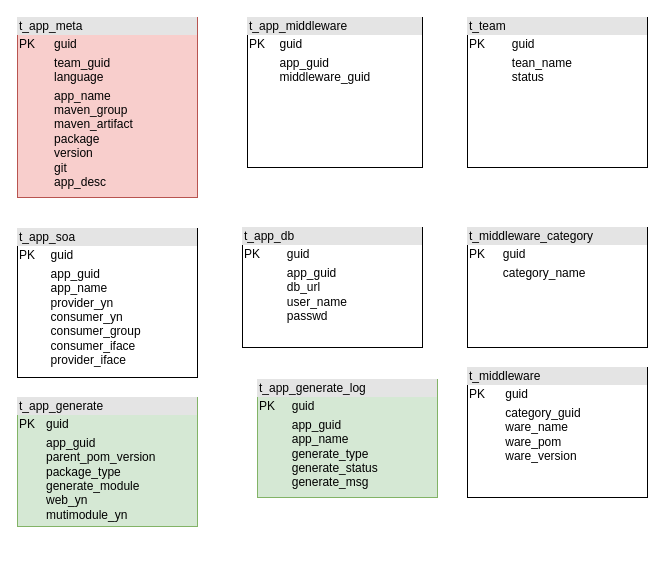
Before: helloboot-framework.drawio in zyhui98/drawio, a draw.io diagram. Source tidied: cells renumbered, new cells numbered last; positions are measured from the earlier drawing's top-left corner, leaving out a move shared by most shapes. Both pictures are drawn from the tidied source at 100%, with x=0, y=0 at pixel (17, 17).
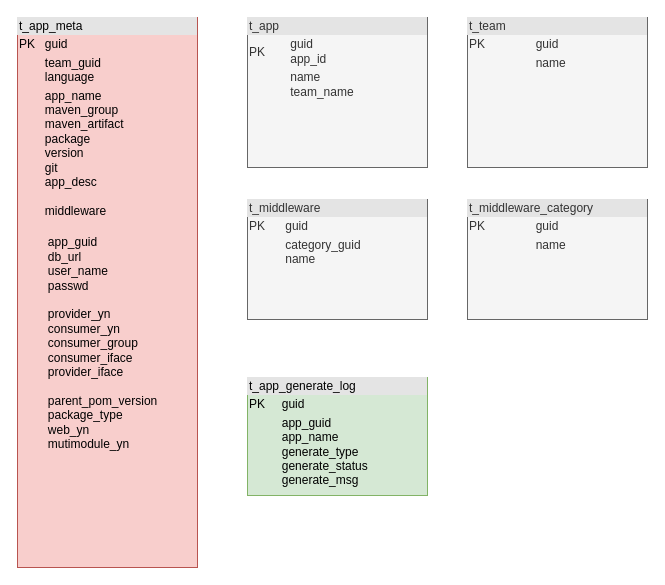
The same diagram, later.

What changed in the source:
```diff
@@
 <mxGraphModel>
   <root>
     <mxCell id="0" />
     <mxCell id="1" parent="0" />
-    <mxCell id="2" value="&lt;div style=&quot;box-sizing: border-box ; width: 100% ; background: #e4e4e4 ; padding: 2px&quot;&gt;t_app_meta&lt;/div&gt;&lt;table style=&quot;width: 100% ; font-size: 1em&quot; cellpadding=&quot;2&quot; cellspacing=&quot;0&quot;&gt;&lt;tbody&gt;&lt;tr&gt;&lt;td&gt;PK&lt;/td&gt;&lt;td&gt;guid&lt;/td&gt;&lt;/tr&gt;&lt;tr&gt;&lt;td&gt;&lt;br&gt;&lt;/td&gt;&lt;td&gt;team_guid&lt;br&gt;language&lt;/td&gt;&lt;/tr&gt;&lt;tr&gt;&lt;td&gt;&lt;/td&gt;&lt;td&gt;app_name&lt;br&gt;maven_group&lt;br&gt;maven_artifact&lt;br&gt;package&lt;br&gt;version&lt;br&gt;git&lt;br&gt;app_desc&lt;br&gt;&lt;br&gt;&lt;br&gt;&lt;/td&gt;&lt;/tr&gt;&lt;/tbody&gt;&lt;/table&gt;" style="verticalAlign=top;align=left;overflow=fill;html=1;fillColor=#f8cecc;strokeColor=#b85450;" parent="1" vertex="1">
-      <mxGeometry width="180" height="180" as="geometry" />
+    <mxCell id="2" value="&lt;div style=&quot;box-sizing: border-box ; width: 100% ; background: #e4e4e4 ; padding: 2px&quot;&gt;t_app_meta&lt;/div&gt;&lt;table style=&quot;width: 100% ; font-size: 1em&quot; cellpadding=&quot;2&quot; cellspacing=&quot;0&quot;&gt;&lt;tbody&gt;&lt;tr&gt;&lt;td&gt;PK&lt;/td&gt;&lt;td&gt;guid&lt;/td&gt;&lt;/tr&gt;&lt;tr&gt;&lt;td&gt;&lt;br&gt;&lt;/td&gt;&lt;td&gt;team_guid&lt;br&gt;language&lt;/td&gt;&lt;/tr&gt;&lt;tr&gt;&lt;td&gt;&lt;/td&gt;&lt;td&gt;app_name&lt;br&gt;maven_group&lt;br&gt;maven_artifact&lt;br&gt;package&lt;br&gt;version&lt;br&gt;git&lt;br&gt;app_desc&lt;br&gt;&lt;br&gt;middleware&lt;br&gt;&lt;br&gt;&lt;table&gt;&lt;tbody&gt;&lt;tr&gt;&lt;td&gt;app_guid&lt;br&gt;db_url&lt;br&gt;user_name&lt;br&gt;passwd&lt;br&gt;&lt;br&gt;provider_yn&lt;br&gt;consumer_yn&lt;br&gt;consumer_group&lt;br&gt;consumer_iface&lt;br&gt;provider_iface&lt;br&gt;&lt;br&gt;parent_pom_version&lt;br&gt;package_type&lt;br&gt;web_yn&lt;br&gt;mutimodule_yn&lt;br&gt;&lt;/td&gt;&lt;/tr&gt;&lt;/tbody&gt;&lt;/table&gt;&lt;br&gt;&lt;br&gt;&lt;br&gt;&lt;br&gt;&lt;br&gt;&lt;br&gt;&lt;br&gt;&lt;/td&gt;&lt;/tr&gt;&lt;/tbody&gt;&lt;/table&gt;" style="verticalAlign=top;align=left;overflow=fill;html=1;fillColor=#f8cecc;strokeColor=#b85450;" parent="1" vertex="1">
+      <mxGeometry width="180" height="550" as="geometry" />
     </mxCell>
-    <mxCell id="3" value="&lt;div style=&quot;box-sizing: border-box ; width: 100% ; background: #e4e4e4 ; padding: 2px&quot;&gt;t_app_middleware&lt;/div&gt;&lt;table style=&quot;width: 100% ; font-size: 1em&quot; cellpadding=&quot;2&quot; cellspacing=&quot;0&quot;&gt;&lt;tbody&gt;&lt;tr&gt;&lt;td&gt;PK&lt;/td&gt;&lt;td&gt;guid&lt;/td&gt;&lt;/tr&gt;&lt;tr&gt;&lt;td&gt;&lt;br&gt;&lt;/td&gt;&lt;td&gt;app_guid&lt;br&gt;middleware_guid&lt;br&gt;&lt;br&gt;&lt;/td&gt;&lt;/tr&gt;&lt;tr&gt;&lt;td&gt;&lt;/td&gt;&lt;td&gt;&lt;br&gt;&lt;br&gt;&lt;/td&gt;&lt;/tr&gt;&lt;/tbody&gt;&lt;/table&gt;" style="verticalAlign=top;align=left;overflow=fill;html=1;" parent="1" vertex="1">
-      <mxGeometry x="230" width="175" height="150" as="geometry" />
-    </mxCell>
-    <mxCell id="4" value="&lt;div style=&quot;box-sizing: border-box ; width: 100% ; background: #e4e4e4 ; padding: 2px&quot;&gt;t_middleware_category&lt;/div&gt;&lt;table style=&quot;width: 100% ; font-size: 1em&quot; cellpadding=&quot;2&quot; cellspacing=&quot;0&quot;&gt;&lt;tbody&gt;&lt;tr&gt;&lt;td&gt;PK&lt;/td&gt;&lt;td&gt;guid&lt;/td&gt;&lt;/tr&gt;&lt;tr&gt;&lt;td&gt;&lt;br&gt;&lt;/td&gt;&lt;td&gt;category_name&lt;br&gt;&lt;/td&gt;&lt;/tr&gt;&lt;tr&gt;&lt;td&gt;&lt;/td&gt;&lt;td&gt;&lt;br&gt;&lt;br&gt;&lt;br&gt;&lt;/td&gt;&lt;/tr&gt;&lt;/tbody&gt;&lt;/table&gt;" style="verticalAlign=top;align=left;overflow=fill;html=1;" parent="1" vertex="1">
-      <mxGeometry x="450" y="210" width="180" height="120" as="geometry" />
+    <mxCell id="4" value="&lt;div style=&quot;box-sizing: border-box ; width: 100% ; background: #e4e4e4 ; padding: 2px&quot;&gt;t_middleware_category&lt;/div&gt;&lt;table style=&quot;width: 100% ; font-size: 1em&quot; cellpadding=&quot;2&quot; cellspacing=&quot;0&quot;&gt;&lt;tbody&gt;&lt;tr&gt;&lt;td&gt;PK&lt;/td&gt;&lt;td&gt;guid&lt;/td&gt;&lt;/tr&gt;&lt;tr&gt;&lt;td&gt;&lt;br&gt;&lt;/td&gt;&lt;td&gt;name&lt;br&gt;&lt;/td&gt;&lt;/tr&gt;&lt;tr&gt;&lt;td&gt;&lt;/td&gt;&lt;td&gt;&lt;br&gt;&lt;br&gt;&lt;br&gt;&lt;/td&gt;&lt;/tr&gt;&lt;/tbody&gt;&lt;/table&gt;" style="verticalAlign=top;align=left;overflow=fill;html=1;fillColor=#f5f5f5;strokeColor=#666666;fontColor=#333333;" parent="1" vertex="1">
+      <mxGeometry x="450" y="182" width="180" height="120" as="geometry" />
     </mxCell>
-    <mxCell id="5" value="&lt;div style=&quot;box-sizing: border-box ; width: 100% ; background: #e4e4e4 ; padding: 2px&quot;&gt;t_team&lt;/div&gt;&lt;table style=&quot;width: 100% ; font-size: 1em&quot; cellpadding=&quot;2&quot; cellspacing=&quot;0&quot;&gt;&lt;tbody&gt;&lt;tr&gt;&lt;td&gt;PK&lt;/td&gt;&lt;td&gt;guid&lt;/td&gt;&lt;/tr&gt;&lt;tr&gt;&lt;td&gt;&lt;br&gt;&lt;/td&gt;&lt;td&gt;tean_name&lt;br&gt;status&lt;/td&gt;&lt;/tr&gt;&lt;tr&gt;&lt;td&gt;&lt;/td&gt;&lt;td&gt;&lt;br&gt;&lt;br&gt;&lt;br&gt;&lt;/td&gt;&lt;/tr&gt;&lt;/tbody&gt;&lt;/table&gt;" style="verticalAlign=top;align=left;overflow=fill;html=1;" parent="1" vertex="1">
+    <mxCell id="5" value="&lt;div style=&quot;box-sizing: border-box ; width: 100% ; background: #e4e4e4 ; padding: 2px&quot;&gt;t_team&lt;/div&gt;&lt;table style=&quot;width: 100% ; font-size: 1em&quot; cellpadding=&quot;2&quot; cellspacing=&quot;0&quot;&gt;&lt;tbody&gt;&lt;tr&gt;&lt;td&gt;PK&lt;/td&gt;&lt;td&gt;guid&lt;/td&gt;&lt;/tr&gt;&lt;tr&gt;&lt;td&gt;&lt;br&gt;&lt;/td&gt;&lt;td&gt;name&lt;br&gt;&lt;br&gt;&lt;/td&gt;&lt;/tr&gt;&lt;tr&gt;&lt;td&gt;&lt;/td&gt;&lt;td&gt;&lt;br&gt;&lt;br&gt;&lt;br&gt;&lt;/td&gt;&lt;/tr&gt;&lt;/tbody&gt;&lt;/table&gt;" style="verticalAlign=top;align=left;overflow=fill;html=1;fillColor=#f5f5f5;strokeColor=#666666;fontColor=#333333;" parent="1" vertex="1">
       <mxGeometry x="450" width="180" height="150" as="geometry" />
     </mxCell>
-    <mxCell id="6" value="&lt;div style=&quot;box-sizing: border-box ; width: 100% ; background: #e4e4e4 ; padding: 2px&quot;&gt;t_middleware&lt;/div&gt;&lt;table style=&quot;width: 100% ; font-size: 1em&quot; cellpadding=&quot;2&quot; cellspacing=&quot;0&quot;&gt;&lt;tbody&gt;&lt;tr&gt;&lt;td&gt;PK&lt;/td&gt;&lt;td&gt;guid&lt;/td&gt;&lt;/tr&gt;&lt;tr&gt;&lt;td&gt;&lt;br&gt;&lt;/td&gt;&lt;td&gt;category_guid&lt;br&gt;ware_name&lt;br&gt;ware_pom&lt;br&gt;ware_version&lt;br&gt;&lt;br&gt;&lt;br&gt;&lt;/td&gt;&lt;/tr&gt;&lt;tr&gt;&lt;td&gt;&lt;/td&gt;&lt;td&gt;&lt;br&gt;&lt;br&gt;&lt;br&gt;&lt;/td&gt;&lt;/tr&gt;&lt;/tbody&gt;&lt;/table&gt;" style="verticalAlign=top;align=left;overflow=fill;html=1;" parent="1" vertex="1">
-      <mxGeometry x="450" y="350" width="180" height="130" as="geometry" />
+    <mxCell id="6" value="&lt;div style=&quot;box-sizing: border-box ; width: 100% ; background: #e4e4e4 ; padding: 2px&quot;&gt;t_middleware&lt;/div&gt;&lt;table style=&quot;width: 100% ; font-size: 1em&quot; cellpadding=&quot;2&quot; cellspacing=&quot;0&quot;&gt;&lt;tbody&gt;&lt;tr&gt;&lt;td&gt;PK&lt;/td&gt;&lt;td&gt;guid&lt;/td&gt;&lt;/tr&gt;&lt;tr&gt;&lt;td&gt;&lt;br&gt;&lt;/td&gt;&lt;td&gt;category_guid&lt;br&gt;name&lt;br&gt;&lt;br&gt;&lt;br&gt;&lt;br&gt;&lt;br&gt;&lt;/td&gt;&lt;/tr&gt;&lt;tr&gt;&lt;td&gt;&lt;/td&gt;&lt;td&gt;&lt;br&gt;&lt;br&gt;&lt;br&gt;&lt;/td&gt;&lt;/tr&gt;&lt;/tbody&gt;&lt;/table&gt;" style="verticalAlign=top;align=left;overflow=fill;html=1;fillColor=#f5f5f5;strokeColor=#666666;fontColor=#333333;" parent="1" vertex="1">
+      <mxGeometry x="230" y="182" width="180" height="120" as="geometry" />
     </mxCell>
-    <mxCell id="7" value="&lt;div style=&quot;box-sizing: border-box ; width: 100% ; background: #e4e4e4 ; padding: 2px&quot;&gt;t_app_soa&lt;/div&gt;&lt;table style=&quot;width: 100% ; font-size: 1em&quot; cellpadding=&quot;2&quot; cellspacing=&quot;0&quot;&gt;&lt;tbody&gt;&lt;tr&gt;&lt;td&gt;PK&lt;/td&gt;&lt;td&gt;guid&lt;/td&gt;&lt;/tr&gt;&lt;tr&gt;&lt;td&gt;&lt;br&gt;&lt;/td&gt;&lt;td&gt;app_guid&lt;br&gt;app_name&lt;br&gt;provider_yn&lt;br&gt;consumer_yn&lt;br&gt;consumer_group&lt;br&gt;consumer_iface&lt;br&gt;provider_iface&lt;br&gt;&lt;br&gt;&lt;/td&gt;&lt;/tr&gt;&lt;tr&gt;&lt;td&gt;&lt;/td&gt;&lt;td&gt;&lt;br&gt;&lt;br&gt;&lt;/td&gt;&lt;/tr&gt;&lt;/tbody&gt;&lt;/table&gt;" style="verticalAlign=top;align=left;overflow=fill;html=1;" parent="1" vertex="1">
-      <mxGeometry y="211" width="180" height="149" as="geometry" />
-    </mxCell>
-    <mxCell id="8" value="&lt;div style=&quot;box-sizing: border-box ; width: 100% ; background: #e4e4e4 ; padding: 2px&quot;&gt;t_app_db&lt;/div&gt;&lt;table style=&quot;width: 100% ; font-size: 1em&quot; cellpadding=&quot;2&quot; cellspacing=&quot;0&quot;&gt;&lt;tbody&gt;&lt;tr&gt;&lt;td&gt;PK&lt;/td&gt;&lt;td&gt;guid&lt;/td&gt;&lt;/tr&gt;&lt;tr&gt;&lt;td&gt;&lt;br&gt;&lt;/td&gt;&lt;td&gt;app_guid&lt;br&gt;db_url&lt;br&gt;user_name&lt;br&gt;passwd&lt;br&gt;&lt;br&gt;&lt;/td&gt;&lt;/tr&gt;&lt;tr&gt;&lt;td&gt;&lt;/td&gt;&lt;td&gt;&lt;br&gt;&lt;br&gt;&lt;/td&gt;&lt;/tr&gt;&lt;/tbody&gt;&lt;/table&gt;" style="verticalAlign=top;align=left;overflow=fill;html=1;" parent="1" vertex="1">
-      <mxGeometry x="225" y="210" width="180" height="120" as="geometry" />
-    </mxCell>
     <mxCell id="9" value="&lt;div style=&quot;box-sizing: border-box ; width: 100% ; background: #e4e4e4 ; padding: 2px&quot;&gt;t_app_generate_log&lt;/div&gt;&lt;table style=&quot;width: 100% ; font-size: 1em&quot; cellpadding=&quot;2&quot; cellspacing=&quot;0&quot;&gt;&lt;tbody&gt;&lt;tr&gt;&lt;td&gt;PK&lt;/td&gt;&lt;td&gt;guid&lt;/td&gt;&lt;/tr&gt;&lt;tr&gt;&lt;td&gt;&lt;br&gt;&lt;/td&gt;&lt;td&gt;app_guid&lt;br&gt;app_name&lt;br&gt;generate_type&lt;br&gt;generate_status&lt;br&gt;generate_msg&lt;br&gt;&lt;br&gt;&lt;/td&gt;&lt;/tr&gt;&lt;tr&gt;&lt;td&gt;&lt;/td&gt;&lt;td&gt;&lt;br&gt;&lt;br&gt;&lt;/td&gt;&lt;/tr&gt;&lt;/tbody&gt;&lt;/table&gt;" style="verticalAlign=top;align=left;overflow=fill;html=1;fillColor=#d5e8d4;strokeColor=#82b366;" parent="1" vertex="1">
-      <mxGeometry x="240" y="362" width="180" height="118" as="geometry" />
+      <mxGeometry x="230" y="360" width="180" height="118" as="geometry" />
     </mxCell>
-    <mxCell id="10" value="&lt;div style=&quot;box-sizing: border-box ; width: 100% ; background: #e4e4e4 ; padding: 2px&quot;&gt;t_app_generate&lt;/div&gt;&lt;table style=&quot;width: 100% ; font-size: 1em&quot; cellpadding=&quot;2&quot; cellspacing=&quot;0&quot;&gt;&lt;tbody&gt;&lt;tr&gt;&lt;td&gt;PK&lt;/td&gt;&lt;td&gt;guid&lt;/td&gt;&lt;/tr&gt;&lt;tr&gt;&lt;td&gt;&lt;br&gt;&lt;/td&gt;&lt;td&gt;app_guid&lt;br&gt;parent_pom_version&lt;br&gt;package_type&lt;br&gt;generate_module&lt;br&gt;web_yn&lt;br&gt;mutimodule_yn&lt;br&gt;&lt;br&gt;&lt;br&gt;&lt;/td&gt;&lt;/tr&gt;&lt;tr&gt;&lt;td&gt;&lt;/td&gt;&lt;td&gt;&lt;br&gt;&lt;br&gt;&lt;/td&gt;&lt;/tr&gt;&lt;/tbody&gt;&lt;/table&gt;" style="verticalAlign=top;align=left;overflow=fill;html=1;fillColor=#d5e8d4;strokeColor=#82b366;" parent="1" vertex="1">
-      <mxGeometry y="380" width="180" height="129" as="geometry" />
-    </mxCell>
+    <mxCell id="11" value="&lt;div style=&quot;box-sizing: border-box ; width: 100% ; background: #e4e4e4 ; padding: 2px&quot;&gt;t_app&lt;/div&gt;&lt;table style=&quot;width: 100% ; font-size: 1em&quot; cellpadding=&quot;2&quot; cellspacing=&quot;0&quot;&gt;&lt;tbody&gt;&lt;tr&gt;&lt;td&gt;PK&lt;/td&gt;&lt;td&gt;guid&lt;br&gt;app_id&lt;/td&gt;&lt;/tr&gt;&lt;tr&gt;&lt;td&gt;&lt;br&gt;&lt;/td&gt;&lt;td&gt;name&lt;br&gt;team_name&lt;/td&gt;&lt;/tr&gt;&lt;tr&gt;&lt;td&gt;&lt;/td&gt;&lt;td&gt;&lt;br&gt;&lt;br&gt;&lt;br&gt;&lt;/td&gt;&lt;/tr&gt;&lt;/tbody&gt;&lt;/table&gt;" style="verticalAlign=top;align=left;overflow=fill;html=1;fillColor=#f5f5f5;strokeColor=#666666;fontColor=#333333;" parent="1" vertex="1">
+      <mxGeometry x="230" width="180" height="150" as="geometry" />
+    </mxCell>
   </root>
 </mxGraphModel>
```
